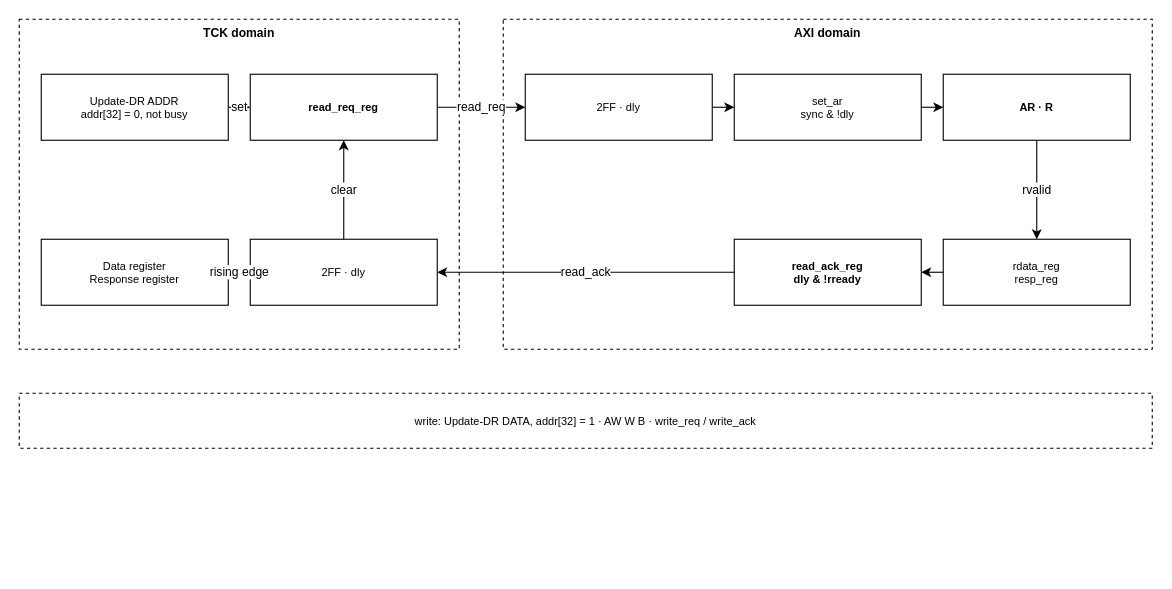
This is page "Read handshake" (2 of 3) of doc/drawio/QNSC_SYSDBG_MAS.drawio from quynhonsemiconductor/vlsi_deep_training, a draw.io file, before an edit. Source tidied: cells renumbered, new cells numbered last; positions are measured from the earlier drawing's top-left corner, leaving out a move shared by most shapes. Both pictures are drawn from the tidied source at 110%, with x=0, y=0 at pixel (19, 19).
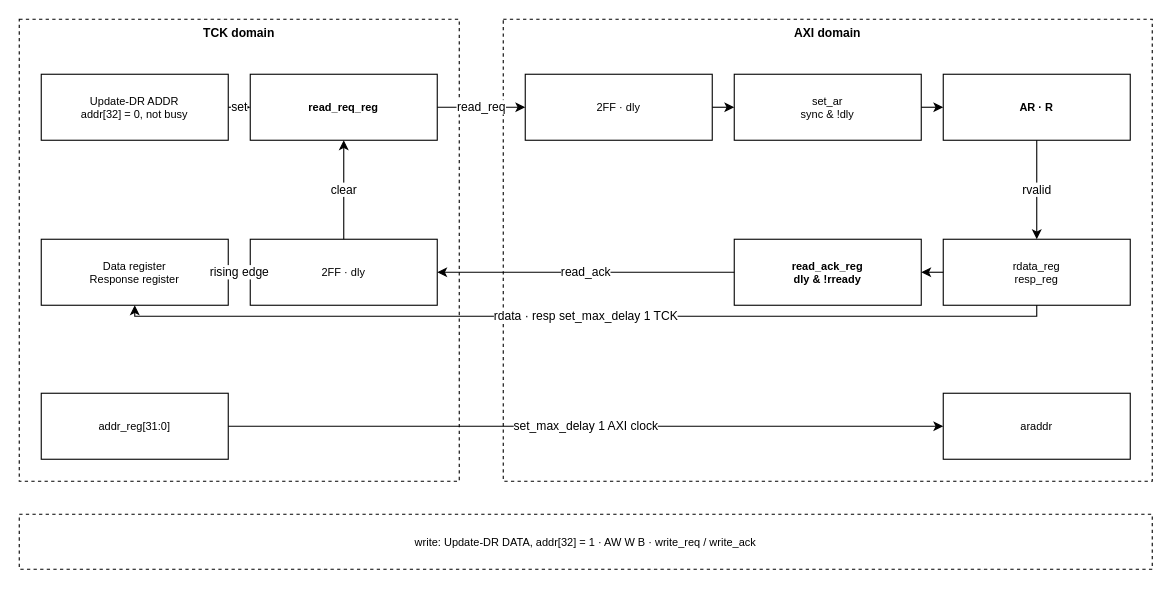
After the change.

Unchanged cells that the change refers to:
```xml
<mxCell id="9" value="rdata_reg&#10;resp_reg" style="rounded=0;whiteSpace=wrap;html=1;fillColor=#ffffff;strokeColor=#000000;fontSize=10;dashed=0;verticalAlign=middle;" parent="1" vertex="1">
  <mxGeometry x="840" y="200" width="170" height="60" as="geometry" />
</mxCell>
<mxCell id="12" value="Data register&#10;Response register" style="rounded=0;whiteSpace=wrap;html=1;fillColor=#ffffff;strokeColor=#000000;fontSize=10;dashed=0;verticalAlign=middle;" parent="1" vertex="1">
  <mxGeometry x="20" y="200" width="170" height="60" as="geometry" />
</mxCell>
```

Change to the diagram source:
```diff
@@
     <mxCell id="2" value="TCK domain" style="rounded=0;whiteSpace=wrap;html=1;fillColor=none;strokeColor=#000000;fontSize=11;dashed=1;fontStyle=1;verticalAlign=top;" parent="1" vertex="1">
-      <mxGeometry width="400" height="300" as="geometry" />
+      <mxGeometry width="400" height="420" as="geometry" />
     </mxCell>
     <mxCell id="3" value="AXI domain" style="rounded=0;whiteSpace=wrap;html=1;fillColor=none;strokeColor=#000000;fontSize=11;dashed=1;fontStyle=1;verticalAlign=top;" parent="1" vertex="1">
-      <mxGeometry x="440" width="590" height="300" as="geometry" />
+      <mxGeometry x="440" width="590" height="420" as="geometry" />
     </mxCell>
@@
+    <mxCell id="23" value="addr_reg[31:0]" style="rounded=0;whiteSpace=wrap;html=1;fillColor=#ffffff;strokeColor=#000000;fontSize=10;dashed=0;verticalAlign=middle;" parent="1" vertex="1">
+      <mxGeometry x="20" y="340" width="170" height="60" as="geometry" />
+    </mxCell>
+    <mxCell id="24" value="araddr" style="rounded=0;whiteSpace=wrap;html=1;fillColor=#ffffff;strokeColor=#000000;fontSize=10;dashed=0;verticalAlign=middle;" parent="1" vertex="1">
+      <mxGeometry x="840" y="340" width="170" height="60" as="geometry" />
+    </mxCell>
     <mxCell id="13" value="write:  Update-DR  DATA,  addr[32] = 1   ·   AW  W  B   ·   write_req  /  write_ack" style="rounded=0;whiteSpace=wrap;html=1;fillColor=none;strokeColor=#000000;fontSize=10;dashed=1;verticalAlign=middle;" parent="1" vertex="1">
-      <mxGeometry y="340" width="1030" height="50" as="geometry" />
+      <mxGeometry y="450" width="1030" height="50" as="geometry" />
     </mxCell>
@@
+    <mxCell id="25" value="rdata · resp   set_max_delay 1 TCK" style="edgeStyle=orthogonalEdgeStyle;rounded=0;html=1;exitX=0.5;exitY=1.0;entryX=0.5;entryY=1.0;exitDx=0;exitDy=0;entryDx=0;entryDy=0;" parent="1" edge="1" source="9" target="12">
+      <mxGeometry relative="1" as="geometry" />
+    </mxCell>
+    <mxCell id="26" value="set_max_delay 1 AXI clock" style="edgeStyle=orthogonalEdgeStyle;rounded=0;html=1;exitX=1.0;exitY=0.5;entryX=0.0;entryY=0.5;exitDx=0;exitDy=0;entryDx=0;entryDy=0;" parent="1" edge="1" source="23" target="24">
+      <mxGeometry relative="1" as="geometry" />
+    </mxCell>
```
